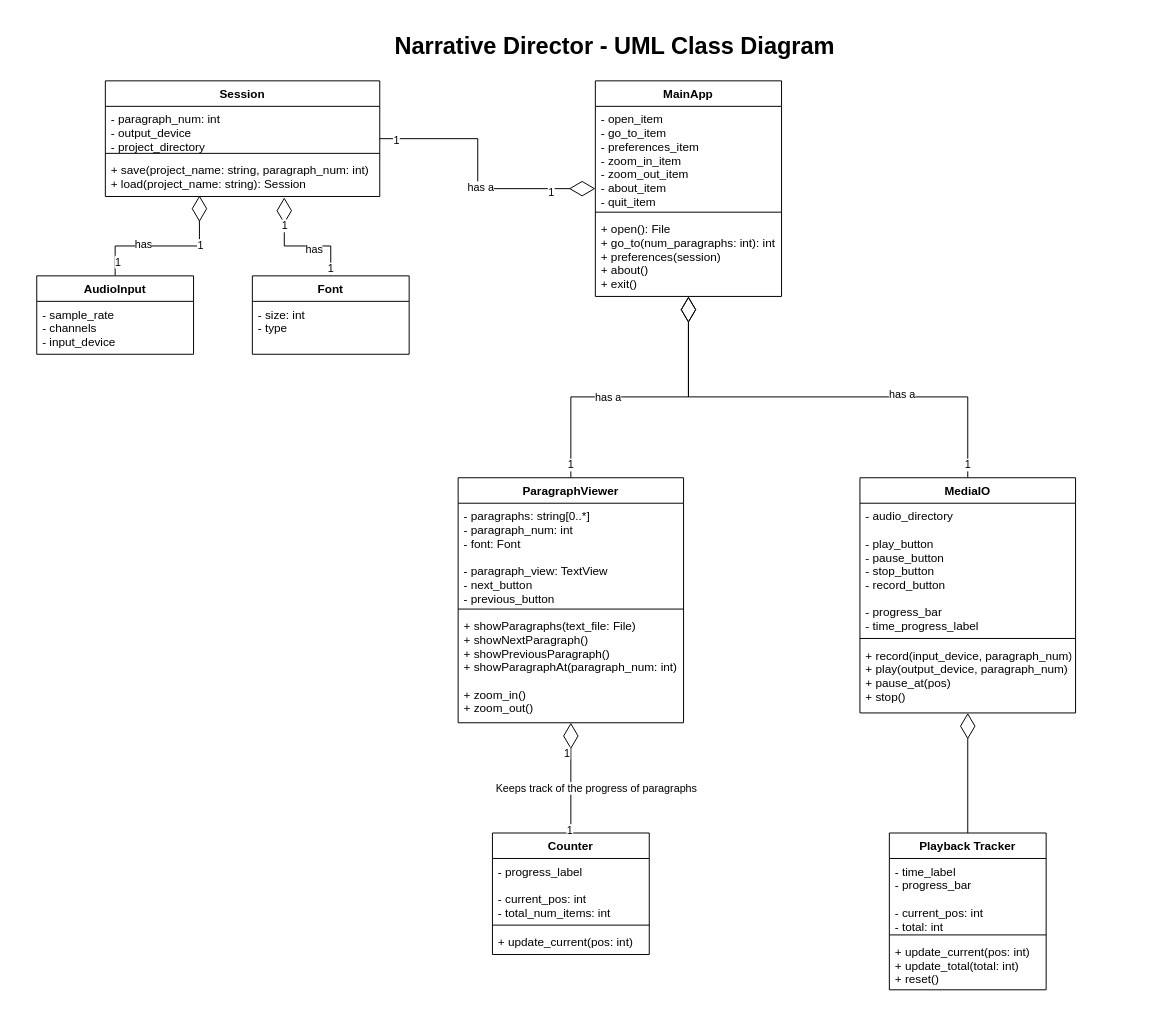
Before: docs/drawio_diagrams/classdiagram.drawio in divark/narrative-director-rs, a draw.io diagram. Source tidied: cells renumbered, new cells numbered last; positions are measured from the earlier drawing's top-left corner, leaving out a move shared by most shapes. Both pictures are drawn from the tidied source at 98%, with x=0, y=0 at pixel (36, 31).
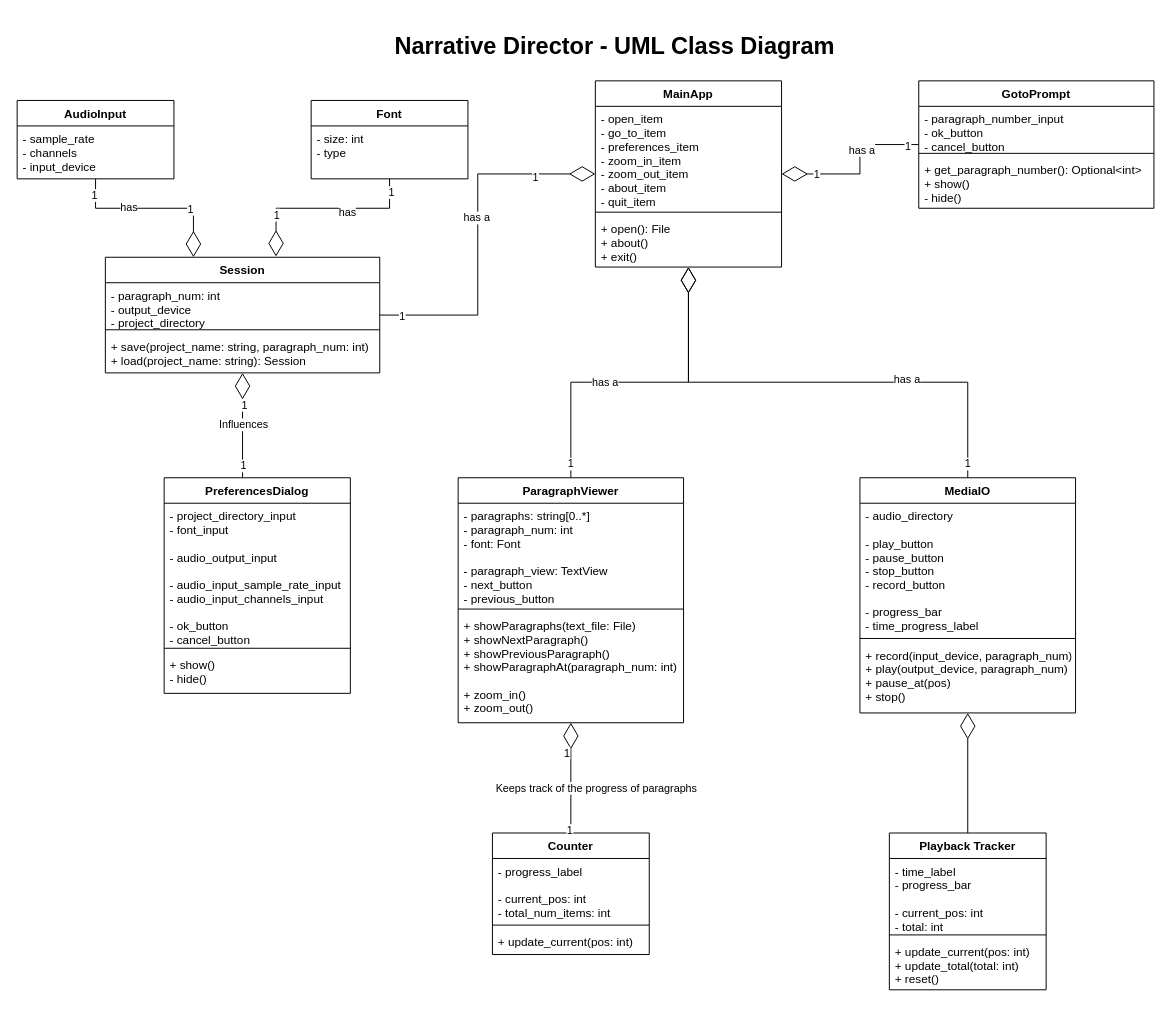
The same diagram, later.

The change refers to these unchanged cells:
```xml
<mxCell id="16" value="+ save(project_name: string, paragraph_num: int)&#10;+ load(project_name: string): Session&#10;" style="text;strokeColor=none;fillColor=none;align=left;verticalAlign=top;spacingLeft=4;spacingRight=4;overflow=hidden;points=[[0,0.5],[1,0.5]];portConstraint=eastwest;" parent="13" vertex="1">
  <mxGeometry y="78" width="280" height="40" as="geometry" />
</mxCell>
```

Diff of the diagram source:
```diff
@@
+    <mxCell id="54" style="edgeStyle=orthogonalEdgeStyle;rounded=0;jettySize=auto;html=1;endArrow=none;endFill=0;startArrow=diamondThin;startFill=0;endSize=6;startSize=24;" parent="1" edge="1" source="13" target="66">
+      <mxGeometry relative="1" as="geometry">
+        <Array as="points">
+          <mxPoint x="210" y="380" />
+          <mxPoint x="210" y="380" />
+        </Array>
+      </mxGeometry>
+    </mxCell>
+    <mxCell id="55" value="Influences" style="edgeLabel;html=1;align=center;verticalAlign=middle;" parent="54" vertex="1">
+      <mxGeometry x="-0.23" relative="1" as="geometry">
+        <mxPoint y="11" as="offset" />
+      </mxGeometry>
+    </mxCell>
+    <mxCell id="56" value="1" style="edgeLabel;html=1;align=center;verticalAlign=middle;" parent="54" vertex="1">
+      <mxGeometry x="0.76" relative="1" as="geometry" />
+    </mxCell>
+    <mxCell id="57" value="1" style="edgeLabel;html=1;align=center;verticalAlign=middle;" parent="54" vertex="1">
+      <mxGeometry x="-0.25" y="1" relative="1" as="geometry">
+        <mxPoint y="-8" as="offset" />
+      </mxGeometry>
+    </mxCell>
     <mxCell id="13" value="Session" style="swimlane;fontStyle=1;align=center;verticalAlign=top;horizontal=1;startSize=26;" parent="1" vertex="1">
-      <mxGeometry x="70" y="50" width="280" height="118" as="geometry" />
+      <mxGeometry x="70" y="230" width="280" height="118" as="geometry" />
     </mxCell>
@@
-    <mxCell id="25" style="edgeStyle=orthogonalEdgeStyle;rounded=0;jettySize=auto;html=1;endArrow=diamondThin;endFill=0;endSize=24;entryX=0.343;entryY=0.975;entryDx=0;entryDy=0;entryPerimeter=0;" parent="1" edge="1" source="29" target="16">
+    <mxCell id="25" style="edgeStyle=orthogonalEdgeStyle;rounded=0;jettySize=auto;html=1;endArrow=diamondThin;endFill=0;endSize=24;entryX=0.321;entryY=0;entryDx=0;entryDy=0;entryPerimeter=0;" parent="1" edge="1" source="29" target="13">
       <mxGeometry relative="1" as="geometry" />
     </mxCell>
@@
     <mxCell id="29" value="AudioInput" style="swimlane;fontStyle=1;align=center;verticalAlign=top;horizontal=1;startSize=26;" parent="1" vertex="1">
-      <mxGeometry y="249" width="160" height="80" as="geometry" />
+      <mxGeometry x="-20" y="70" width="160" height="80" as="geometry" />
     </mxCell>
@@
-    <mxCell id="31" style="edgeStyle=orthogonalEdgeStyle;rounded=0;jettySize=auto;html=1;entryX=0.652;entryY=1.025;entryDx=0;entryDy=0;entryPerimeter=0;endArrow=diamondThin;endFill=0;endSize=24;" parent="1" edge="1" source="35" target="16">
+    <mxCell id="31" style="edgeStyle=orthogonalEdgeStyle;rounded=0;jettySize=auto;html=1;entryX=0.622;entryY=-0.006;entryDx=0;entryDy=0;entryPerimeter=0;endArrow=diamondThin;endFill=0;endSize=24;" parent="1" edge="1" source="35" target="13">
       <mxGeometry relative="1" as="geometry" />
     </mxCell>
@@
     <mxCell id="35" value="Font" style="swimlane;fontStyle=1;align=center;verticalAlign=top;horizontal=1;startSize=26;" parent="1" vertex="1">
-      <mxGeometry x="220" y="249" width="160" height="80" as="geometry" />
+      <mxGeometry x="280" y="70" width="160" height="80" as="geometry" />
     </mxCell>
@@
     <mxCell id="37" value="MainApp" style="swimlane;fontStyle=1;align=center;verticalAlign=top;horizontal=1;startSize=26;" parent="1" vertex="1">
-      <mxGeometry x="570" y="50" width="190" height="220" as="geometry" />
+      <mxGeometry x="570" y="50" width="190" height="190" as="geometry" />
     </mxCell>
@@
-    <mxCell id="40" value="+ open(): File&#10;+ go_to(num_paragraphs: int): int&#10;+ preferences(session)&#10;+ about()&#10;+ exit()" style="text;strokeColor=none;fillColor=none;align=left;verticalAlign=top;spacingLeft=4;spacingRight=4;overflow=hidden;" parent="37" vertex="1">
-      <mxGeometry y="138" width="190" height="82" as="geometry" />
+    <mxCell id="40" value="+ open(): File&#10;+ about()&#10;+ exit()" style="text;strokeColor=none;fillColor=none;align=left;verticalAlign=top;spacingLeft=4;spacingRight=4;overflow=hidden;" parent="37" vertex="1">
+      <mxGeometry y="138" width="190" height="52" as="geometry" />
     </mxCell>
@@
+    <mxCell id="58" style="edgeStyle=orthogonalEdgeStyle;rounded=0;jettySize=auto;html=1;startArrow=none;startFill=0;endArrow=diamondThin;endFill=0;startSize=6;endSize=24;" parent="1" edge="1" source="62" target="37">
+      <mxGeometry relative="1" as="geometry" />
+    </mxCell>
+    <mxCell id="59" value="1" style="edgeLabel;html=1;align=center;verticalAlign=middle;" parent="58" vertex="1">
+      <mxGeometry x="-0.86" y="1" relative="1" as="geometry" />
+    </mxCell>
+    <mxCell id="60" value="1" style="edgeLabel;html=1;align=center;verticalAlign=middle;" parent="58" vertex="1">
+      <mxGeometry x="0.48" relative="1" as="geometry">
+        <mxPoint x="-9" as="offset" />
+      </mxGeometry>
+    </mxCell>
+    <mxCell id="61" value="has a" style="edgeLabel;html=1;align=center;verticalAlign=middle;" parent="58" vertex="1">
+      <mxGeometry x="-0.23" y="1" relative="1" as="geometry" />
+    </mxCell>
+    <mxCell id="62" value="GotoPrompt" style="swimlane;fontStyle=1;align=center;verticalAlign=top;horizontal=1;startSize=26;" parent="1" vertex="1">
+      <mxGeometry x="900" y="50" width="240" height="130" as="geometry" />
+    </mxCell>
+    <mxCell id="63" value="- paragraph_number_input&#10;- ok_button&#10;- cancel_button" style="text;strokeColor=none;fillColor=none;align=left;verticalAlign=top;spacingLeft=4;spacingRight=4;overflow=hidden;" parent="62" vertex="1">
+      <mxGeometry y="26" width="240" height="44" as="geometry" />
+    </mxCell>
+    <mxCell id="64" style="line;strokeWidth=1;fillColor=none;align=left;verticalAlign=middle;spacingTop=-1;spacingLeft=3;spacingRight=3;labelPosition=right;" parent="62" vertex="1">
+      <mxGeometry y="70" width="240" height="8" as="geometry" />
+    </mxCell>
+    <mxCell id="65" value="+ get_paragraph_number(): Optional&lt;int&gt;&#10;+ show()&#10;- hide()" style="text;strokeColor=none;fillColor=none;align=left;verticalAlign=top;spacingLeft=4;spacingRight=4;overflow=hidden;" parent="62" vertex="1">
+      <mxGeometry y="78" width="240" height="52" as="geometry" />
+    </mxCell>
+    <mxCell id="66" value="PreferencesDialog" style="swimlane;fontStyle=1;align=center;verticalAlign=top;horizontal=1;startSize=26;" parent="1" vertex="1">
+      <mxGeometry x="130" y="455" width="190" height="220" as="geometry" />
+    </mxCell>
+    <mxCell id="67" value="- project_directory_input&#10;- font_input&#10;&#10;- audio_output_input&#10;&#10;- audio_input_sample_rate_input&#10;- audio_input_channels_input&#10;&#10;- ok_button&#10;- cancel_button" style="text;strokeColor=none;fillColor=none;align=left;verticalAlign=top;spacingLeft=4;spacingRight=4;overflow=hidden;" parent="66" vertex="1">
+      <mxGeometry y="26" width="190" height="144" as="geometry" />
+    </mxCell>
+    <mxCell id="68" style="line;strokeWidth=1;fillColor=none;align=left;verticalAlign=middle;spacingTop=-1;spacingLeft=3;spacingRight=3;labelPosition=right;" parent="66" vertex="1">
+      <mxGeometry y="170" width="190" height="8" as="geometry" />
+    </mxCell>
+    <mxCell id="69" value="+ show()&#10;- hide()" style="text;strokeColor=none;fillColor=none;align=left;verticalAlign=top;spacingLeft=4;spacingRight=4;overflow=hidden;" parent="66" vertex="1">
+      <mxGeometry y="178" width="190" height="42" as="geometry" />
+    </mxCell>
```
